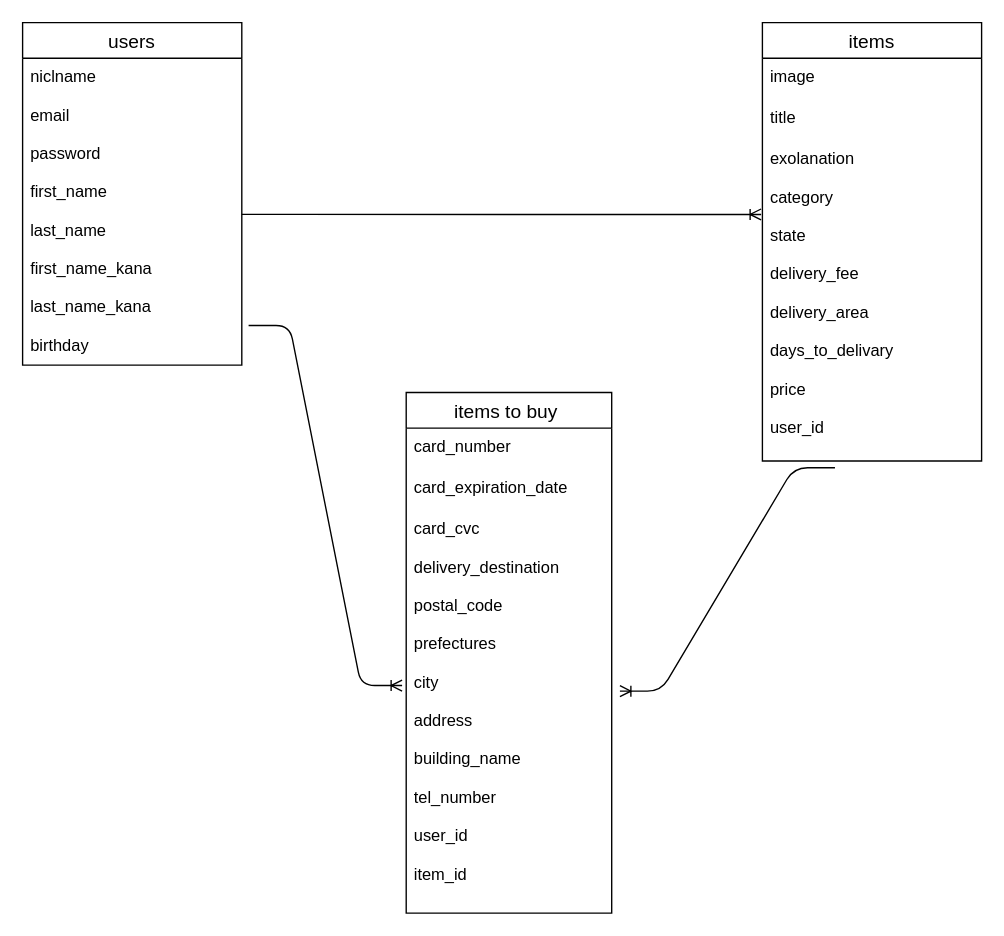
Above: er.dio in kblock410/furima-32568 (draw.io), before the change. Source tidied: cells renumbered, new cells numbered last; positions are measured from the earlier drawing's top-left corner, leaving out a move shared by most shapes. Both pictures are drawn from the tidied source at 137%, with x=0, y=0 at pixel (22, 22).
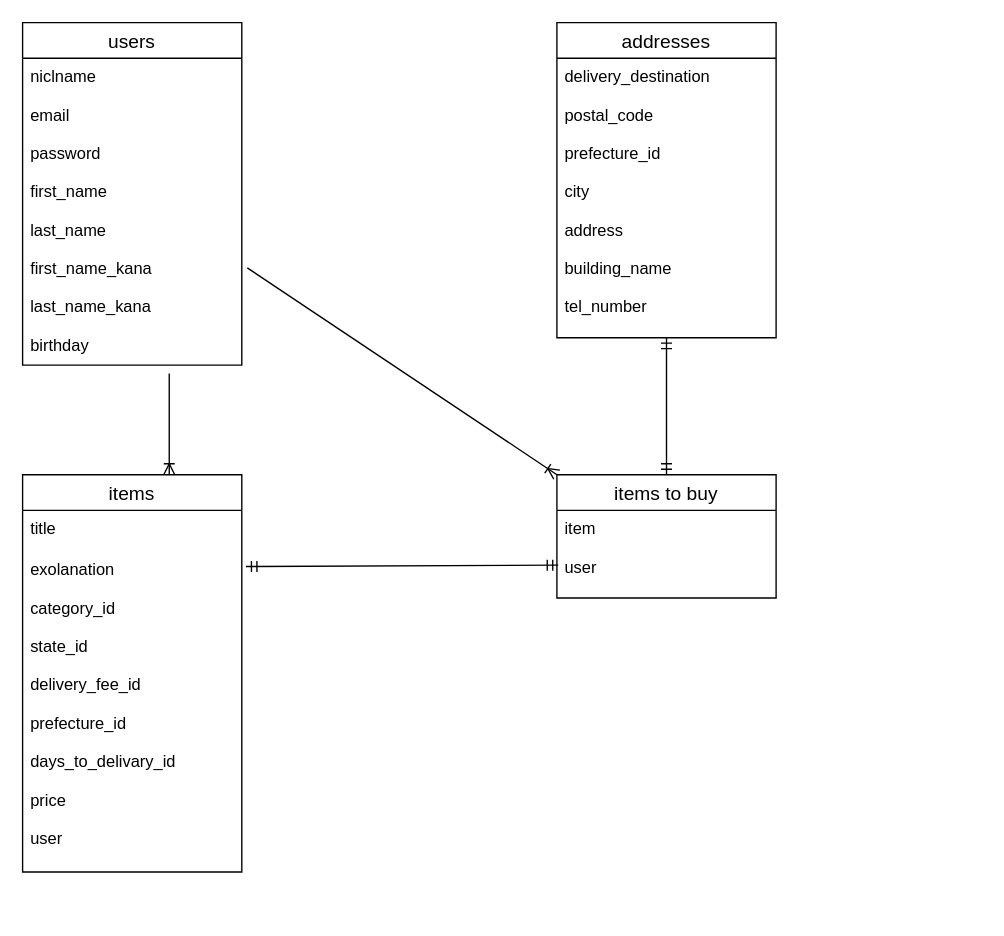
The same diagram, later.

Commit message (it also covers changes not shown here):
DB設計:修正１回目

The edit, as a diff of the source:
```diff
@@
 <mxGraphModel>
   <root>
     <mxCell id="0" />
     <mxCell id="1" parent="0" />
     <mxCell id="2" value="users" style="swimlane;fontStyle=0;horizontal=1;startSize=26;align=center;fontSize=14;" parent="1" vertex="1">
       <mxGeometry width="160" height="250" as="geometry" />
     </mxCell>
     <mxCell id="3" value="niclname&#10;&#10;email&#10;&#10;password&#10;&#10;first_name&#10;&#10;last_name&#10;&#10;first_name_kana&#10;&#10;last_name_kana&#10;&#10;birthday" style="text;strokeColor=none;fillColor=none;spacingLeft=4;spacingRight=4;overflow=hidden;points=[[0,0.5],[1,0.5]];portConstraint=eastwest;fontSize=12;" parent="2" vertex="1">
       <mxGeometry y="26" width="160" height="224" as="geometry" />
     </mxCell>
     <mxCell id="4" value="items" style="swimlane;fontStyle=0;horizontal=1;startSize=26;align=center;fontSize=14;" parent="1" vertex="1">
-      <mxGeometry x="540" width="160" height="320" as="geometry" />
+      <mxGeometry y="330" width="160" height="290" as="geometry" />
     </mxCell>
-    <mxCell id="5" value="image&#10;&#10;" style="text;strokeColor=none;fillColor=none;spacingLeft=4;spacingRight=4;overflow=hidden;fontSize=12;" parent="4" vertex="1">
-      <mxGeometry y="26" width="160" height="30" as="geometry" />
-    </mxCell>
     <mxCell id="6" value="title&#10;&#10;" style="text;strokeColor=none;fillColor=none;spacingLeft=4;spacingRight=4;overflow=hidden;fontSize=12;" parent="4" vertex="1">
-      <mxGeometry y="56" width="160" height="30" as="geometry" />
+      <mxGeometry y="26" width="160" height="30" as="geometry" />
     </mxCell>
-    <mxCell id="7" value="exolanation&#10;&#10;category&#10;&#10;state&#10;&#10;delivery_fee&#10;&#10;delivery_area&#10;&#10;days_to_delivary&#10;&#10;price&#10;&#10;user_id" style="text;strokeColor=none;fillColor=none;spacingLeft=4;spacingRight=4;overflow=hidden;points=[[0,0.5],[1,0.5]];portConstraint=eastwest;fontSize=12;" parent="4" vertex="1">
-      <mxGeometry y="86" width="160" height="234" as="geometry" />
+    <mxCell id="7" value="exolanation&#10;&#10;category_id&#10;&#10;state_id&#10;&#10;delivery_fee_id&#10;&#10;prefecture_id&#10;&#10;days_to_delivary_id&#10;&#10;price&#10;&#10;user" style="text;strokeColor=none;fillColor=none;spacingLeft=4;spacingRight=4;overflow=hidden;points=[[0,0.5],[1,0.5]];portConstraint=eastwest;fontSize=12;" parent="4" vertex="1">
+      <mxGeometry y="56" width="160" height="234" as="geometry" />
     </mxCell>
+    <mxCell id="15" value="addresses" style="swimlane;fontStyle=0;horizontal=1;startSize=26;align=center;fontSize=14;" parent="1" vertex="1">
+      <mxGeometry x="390" width="160" height="230" as="geometry" />
+    </mxCell>
+    <mxCell id="16" value="delivery_destination&#10;&#10;postal_code&#10;&#10;prefecture_id&#10;&#10;city&#10;&#10;address&#10;&#10;building_name&#10;&#10;tel_number&#10;&#10;" style="text;strokeColor=none;fillColor=none;spacingLeft=4;spacingRight=4;overflow=hidden;points=[[0,0.5],[1,0.5]];portConstraint=eastwest;fontSize=12;" parent="15" vertex="1">
+      <mxGeometry y="26" width="160" height="204" as="geometry" />
+    </mxCell>
-    <mxCell id="8" value="items to buy " style="swimlane;fontStyle=0;horizontal=1;startSize=26;align=center;fontSize=14;" parent="1" vertex="1">
-      <mxGeometry x="280" y="270" width="150" height="380" as="geometry" />
+    <mxCell id="8" value="items to buy" style="swimlane;fontStyle=0;horizontal=1;startSize=26;align=center;fontSize=14;" parent="1" vertex="1">
+      <mxGeometry x="390" y="330" width="160" height="90" as="geometry" />
     </mxCell>
-    <mxCell id="9" value="card_number&#10;&#10;" style="text;strokeColor=none;fillColor=none;spacingLeft=4;spacingRight=4;overflow=hidden;fontSize=12;" parent="8" vertex="1">
-      <mxGeometry y="26" width="150" height="30" as="geometry" />
-    </mxCell>
-    <mxCell id="10" value="card_expiration_date" style="text;strokeColor=none;fillColor=none;spacingLeft=4;spacingRight=4;overflow=hidden;fontSize=12;" parent="8" vertex="1">
-      <mxGeometry y="56" width="150" height="30" as="geometry" />
-    </mxCell>
-    <mxCell id="11" value="card_cvc&#10;&#10;delivery_destination&#10;&#10;postal_code&#10;&#10;prefectures&#10;&#10;city&#10;&#10;address&#10;&#10;building_name&#10;&#10;tel_number&#10;&#10;user_id&#10;&#10;item_id&#10;&#10;" style="text;strokeColor=none;fillColor=none;spacingLeft=4;spacingRight=4;overflow=hidden;points=[[0,0.5],[1,0.5]];portConstraint=eastwest;fontSize=12;" parent="8" vertex="1">
-      <mxGeometry y="86" width="150" height="294" as="geometry" />
-    </mxCell>
-    <mxCell id="12" style="edgeStyle=entityRelationEdgeStyle;fontSize=12;html=1;endArrow=ERoneToMany;entryX=-0.006;entryY=0.231;entryDx=0;entryDy=0;entryPerimeter=0;" parent="1" edge="1" target="7">
-      <mxGeometry relative="1" as="geometry">
-        <mxPoint x="160" y="140" as="sourcePoint" />
-      </mxGeometry>
-    </mxCell>
-    <mxCell id="13" style="edgeStyle=entityRelationEdgeStyle;fontSize=12;html=1;endArrow=ERoneToMany;exitX=1.031;exitY=0.871;exitDx=0;exitDy=0;exitPerimeter=0;entryX=-0.02;entryY=0.435;entryDx=0;entryDy=0;entryPerimeter=0;" parent="1" edge="1" source="3" target="11">
-      <mxGeometry relative="1" as="geometry" />
-    </mxCell>
-    <mxCell id="14" style="edgeStyle=entityRelationEdgeStyle;fontSize=12;html=1;endArrow=ERoneToMany;exitX=0.331;exitY=1.021;exitDx=0;exitDy=0;exitPerimeter=0;entryX=1.04;entryY=0.449;entryDx=0;entryDy=0;entryPerimeter=0;" parent="1" edge="1" source="7" target="11">
-      <mxGeometry relative="1" as="geometry" />
-    </mxCell>
+    <mxCell id="17" value="item&#10;&#10;user" style="text;strokeColor=none;fillColor=none;spacingLeft=4;spacingRight=4;overflow=hidden;points=[[0,0.5],[1,0.5]];portConstraint=eastwest;fontSize=12;" parent="8" vertex="1">
+      <mxGeometry y="26" width="160" height="64" as="geometry" />
+    </mxCell>
+    <mxCell id="18" style="fontSize=12;html=1;endArrow=ERoneToMany;exitX=1.025;exitY=0.683;exitDx=0;exitDy=0;exitPerimeter=0;entryX=0;entryY=0;entryDx=0;entryDy=0;" parent="1" edge="1" source="3" target="8">
+      <mxGeometry relative="1" as="geometry" />
+    </mxCell>
+    <mxCell id="19" style="fontSize=12;html=1;endArrow=ERmandOne;startArrow=ERmandOne;entryX=0.5;entryY=1;entryDx=0;entryDy=0;entryPerimeter=0;exitX=0.5;exitY=0;exitDx=0;exitDy=0;" parent="1" edge="1" source="8" target="16">
+      <mxGeometry relative="1" as="geometry" />
+    </mxCell>
+    <mxCell id="20" style="fontSize=12;html=1;endArrow=ERoneToMany;exitX=0.669;exitY=1.027;exitDx=0;exitDy=0;exitPerimeter=0;entryX=0.669;entryY=0;entryDx=0;entryDy=0;entryPerimeter=0;" parent="1" edge="1" source="3" target="4">
+      <mxGeometry relative="1" as="geometry" />
+    </mxCell>
+    <mxCell id="21" style="fontSize=12;html=1;endArrow=ERmandOne;startArrow=ERmandOne;exitX=1.019;exitY=0.047;exitDx=0;exitDy=0;exitPerimeter=0;entryX=0.006;entryY=0.625;entryDx=0;entryDy=0;entryPerimeter=0;" parent="1" edge="1" source="7" target="17">
+      <mxGeometry relative="1" as="geometry" />
+    </mxCell>
   </root>
 </mxGraphModel>
```
